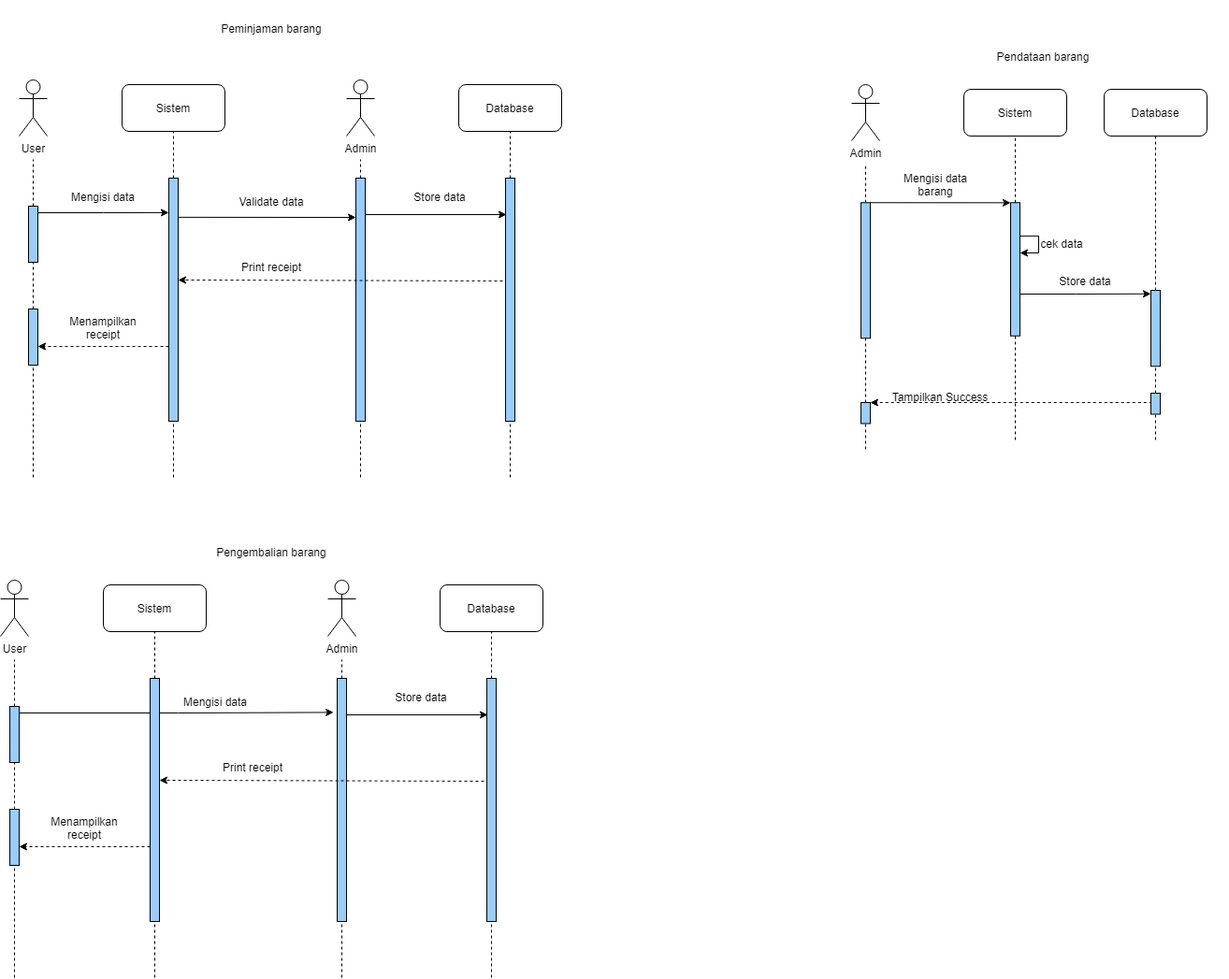
This is diagrams/Sequence Diagram.drawio.png from johannfac/aplikasipeminjamanaset, a draw.io export, as it was before one commit. Source tidied: cells renumbered, new cells last; positions are measured from the earlier drawing's top-left corner, leaving out a move shared by most shapes.
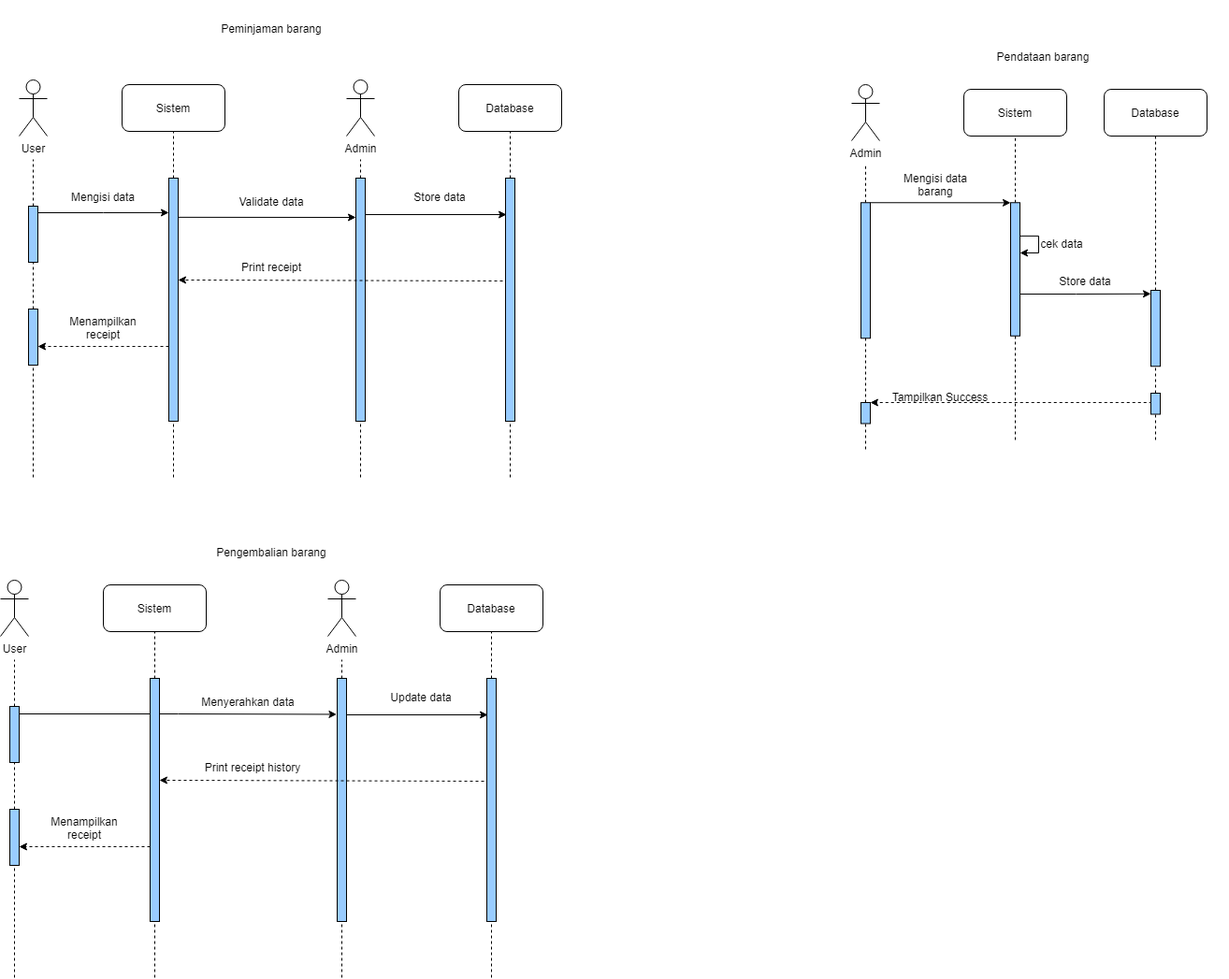
After the change.

Change to the diagram source:
```diff
@@ -272,9 +272,9 @@
         <mxPoint x="525" y="1045" as="sourcePoint" />
       </mxGeometry>
     </mxCell>
-    <mxCell id="70" style="edgeStyle=orthogonalEdgeStyle;rounded=0;jettySize=auto;html=1;entryX=-0.383;entryY=0.14;entryDx=0;entryDy=0;entryPerimeter=0;" parent="1" edge="1" target="75">
+    <mxCell id="70" style="edgeStyle=orthogonalEdgeStyle;rounded=0;jettySize=auto;html=1;entryX=-0.057;entryY=0.148;entryDx=0;entryDy=0;entryPerimeter=0;" parent="1" edge="1" target="75">
       <mxGeometry relative="1" as="geometry">
-        <mxPoint x="20" y="762" as="sourcePoint" />
+        <mxPoint x="20" y="763" as="sourcePoint" />
       </mxGeometry>
     </mxCell>
     <mxCell id="71" style="rounded=0;whiteSpace=wrap;html=1;fillColor=#99CCFF;" parent="1" vertex="1">
@@ -299,10 +299,10 @@
         <mxPoint x="365" y="1045" as="sourcePoint" />
       </mxGeometry>
     </mxCell>
-    <mxCell id="77" value="Mengisi data" style="text;html=1;strokeColor=none;fillColor=none;align=center;verticalAlign=middle;whiteSpace=wrap;rounded=0;" parent="1" vertex="1">
-      <mxGeometry x="180" y="740" width="100" height="20" as="geometry" />
+    <mxCell id="77" value="Menyerahkan data" style="text;html=1;strokeColor=none;fillColor=none;align=center;verticalAlign=middle;whiteSpace=wrap;rounded=0;" parent="1" vertex="1">
+      <mxGeometry x="195" y="740" width="140" height="20" as="geometry" />
     </mxCell>
-    <mxCell id="78" value="Store data" style="text;html=1;strokeColor=none;fillColor=none;align=center;verticalAlign=middle;whiteSpace=wrap;rounded=0;" parent="1" vertex="1">
+    <mxCell id="78" value="Update data" style="text;html=1;strokeColor=none;fillColor=none;align=center;verticalAlign=middle;whiteSpace=wrap;rounded=0;" parent="1" vertex="1">
       <mxGeometry x="400" y="730" width="100" height="30" as="geometry" />
     </mxCell>
     <mxCell id="79" style="endArrow=classic;html=1;rounded=0;entryX=0.1;entryY=0.15;entryDx=0;entryDy=0;entryPerimeter=0;exitX=1;exitY=0.15;exitDx=0;exitDy=0;exitPerimeter=0;" parent="1" edge="1" source="75" target="68">
@@ -316,8 +316,8 @@
         <mxPoint x="15" y="1045" as="sourcePoint" />
       </mxGeometry>
     </mxCell>
-    <mxCell id="82" value="Print receipt" style="text;html=1;strokeColor=none;fillColor=none;align=center;verticalAlign=middle;whiteSpace=wrap;rounded=0;" parent="1" vertex="1">
-      <mxGeometry x="220" y="805" width="100" height="30" as="geometry" />
+    <mxCell id="82" value="Print receipt history" style="text;html=1;strokeColor=none;fillColor=none;align=center;verticalAlign=middle;whiteSpace=wrap;rounded=0;" parent="1" vertex="1">
+      <mxGeometry x="210" y="805" width="120" height="30" as="geometry" />
     </mxCell>
     <mxCell id="83" style="endArrow=classic;html=1;rounded=0;exitX=-0.3;exitY=0.423;exitDx=0;exitDy=0;exitPerimeter=0;dashed=1;entryX=1;entryY=0.419;entryDx=0;entryDy=0;entryPerimeter=0;" parent="1" edge="1" source="68" target="73">
       <mxGeometry relative="1" as="geometry" />
```
